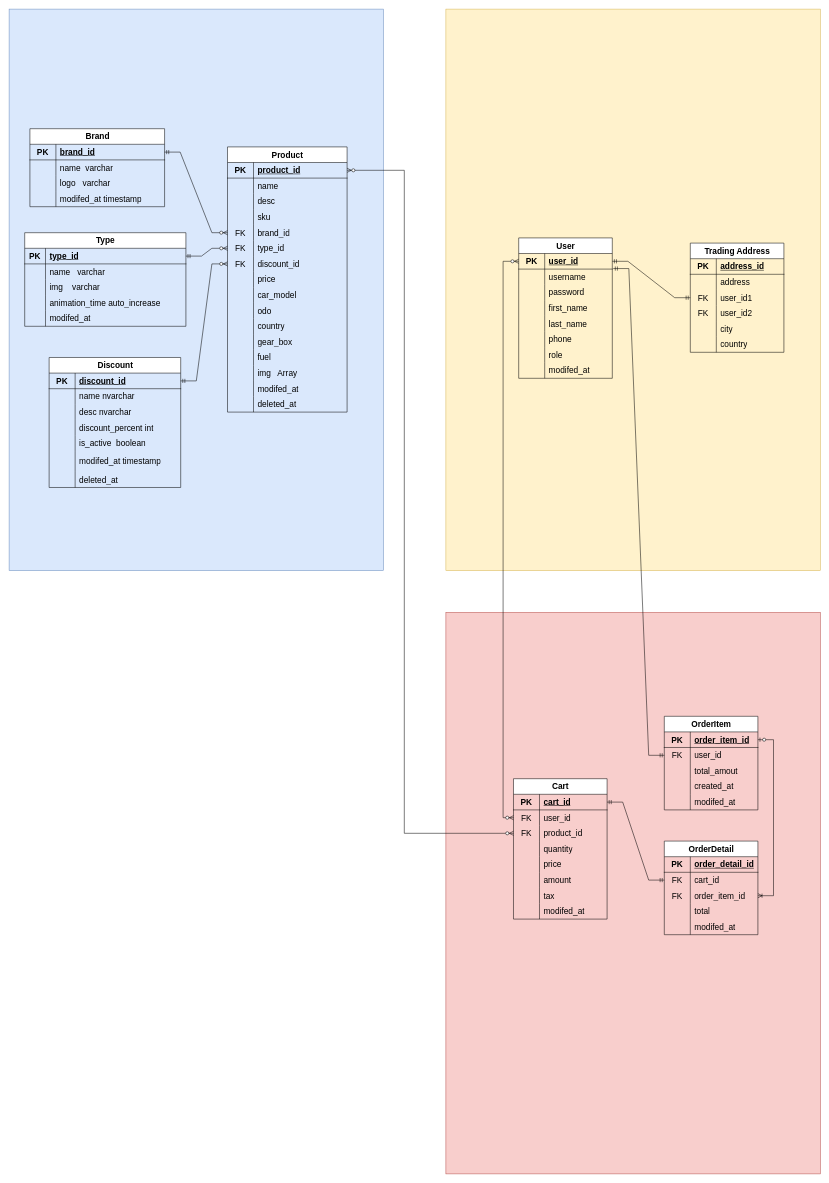
Before: diagrams/DBModel.drawio in SiZedYi/Cars_Website_App, a draw.io diagram. Source tidied: cells renumbered, new cells numbered last; positions are measured from the earlier drawing's top-left corner, leaving out a move shared by most shapes. Both pictures are drawn from the tidied source at 52%, with x=0, y=0 at pixel (9, 9).
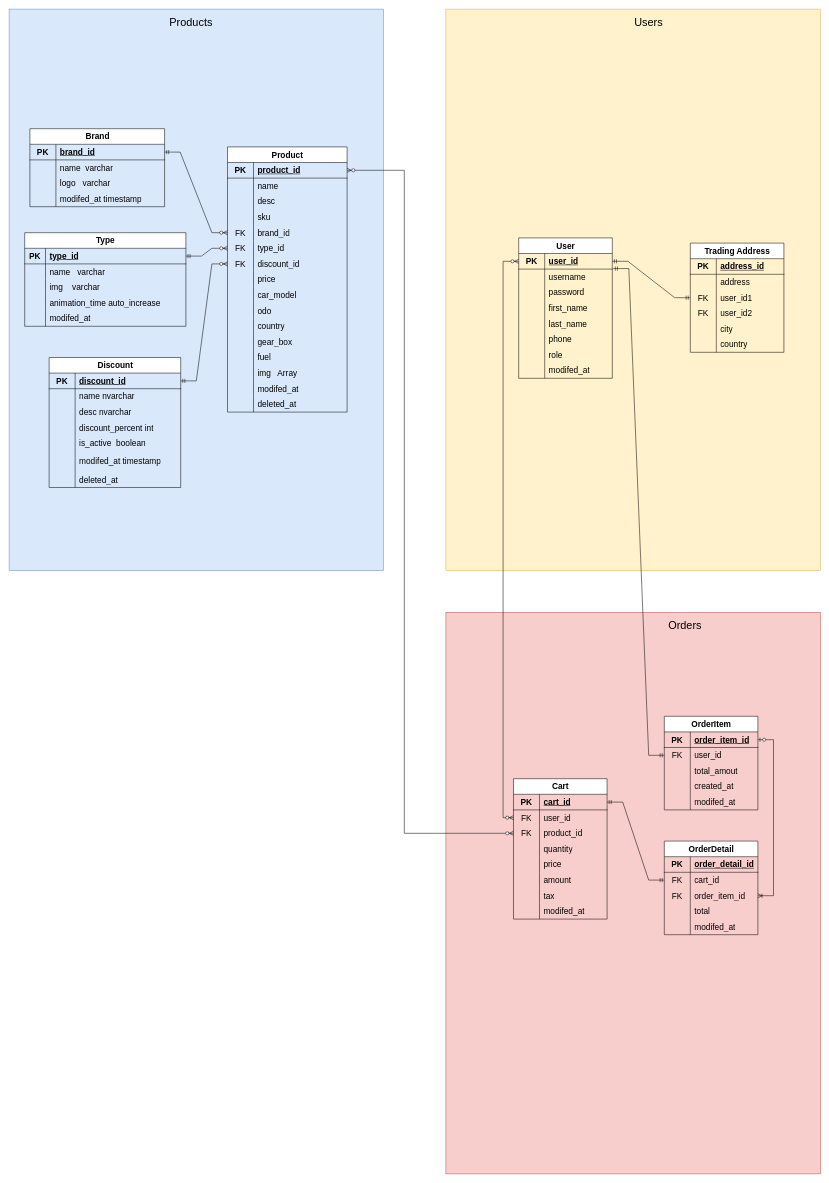
The same diagram, later.

The edit, as a diff of the source:
```diff
@@
+    <mxCell id="215" value="&lt;font style=&quot;font-size: 21px;&quot;&gt;Products&lt;/font&gt;" style="text;html=1;strokeColor=none;fillColor=none;align=center;verticalAlign=middle;whiteSpace=wrap;rounded=0;" parent="1" vertex="1">
+      <mxGeometry x="320" y="10" width="60" height="30" as="geometry" />
+    </mxCell>
+    <mxCell id="216" value="&lt;span style=&quot;font-size: 21px;&quot;&gt;Users&lt;/span&gt;" style="text;html=1;strokeColor=none;fillColor=none;align=center;verticalAlign=middle;whiteSpace=wrap;rounded=0;" parent="1" vertex="1">
+      <mxGeometry x="1200" y="10" width="60" height="30" as="geometry" />
+    </mxCell>
+    <mxCell id="217" value="&lt;span style=&quot;font-size: 21px;&quot;&gt;Orders&lt;/span&gt;" style="text;html=1;strokeColor=none;fillColor=none;align=center;verticalAlign=middle;whiteSpace=wrap;rounded=0;" parent="1" vertex="1">
+      <mxGeometry x="1270" y="1170" width="60" height="30" as="geometry" />
+    </mxCell>
```
